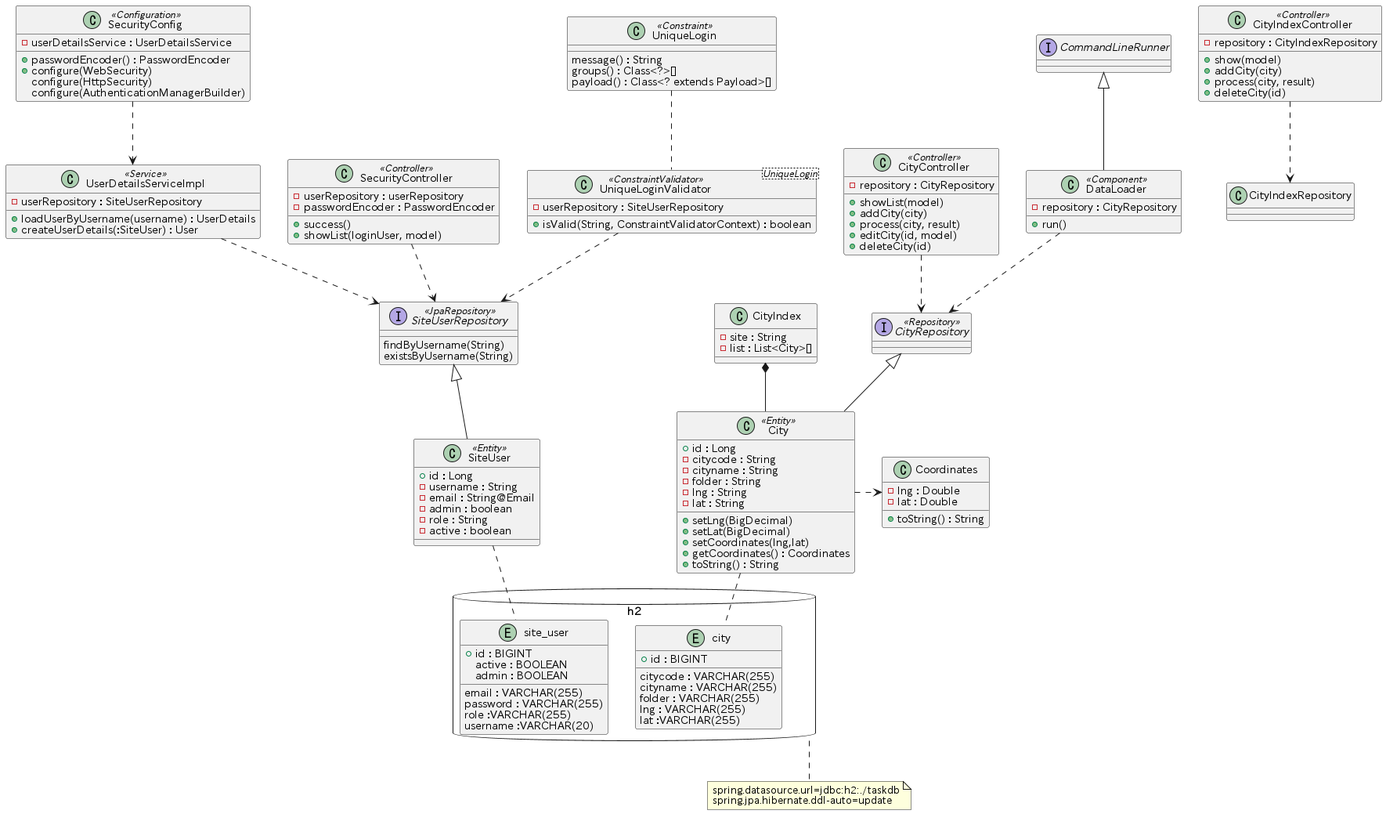
Before: class.png, a diagram exported from PlantUML (yuuhayashi/task-bldg).
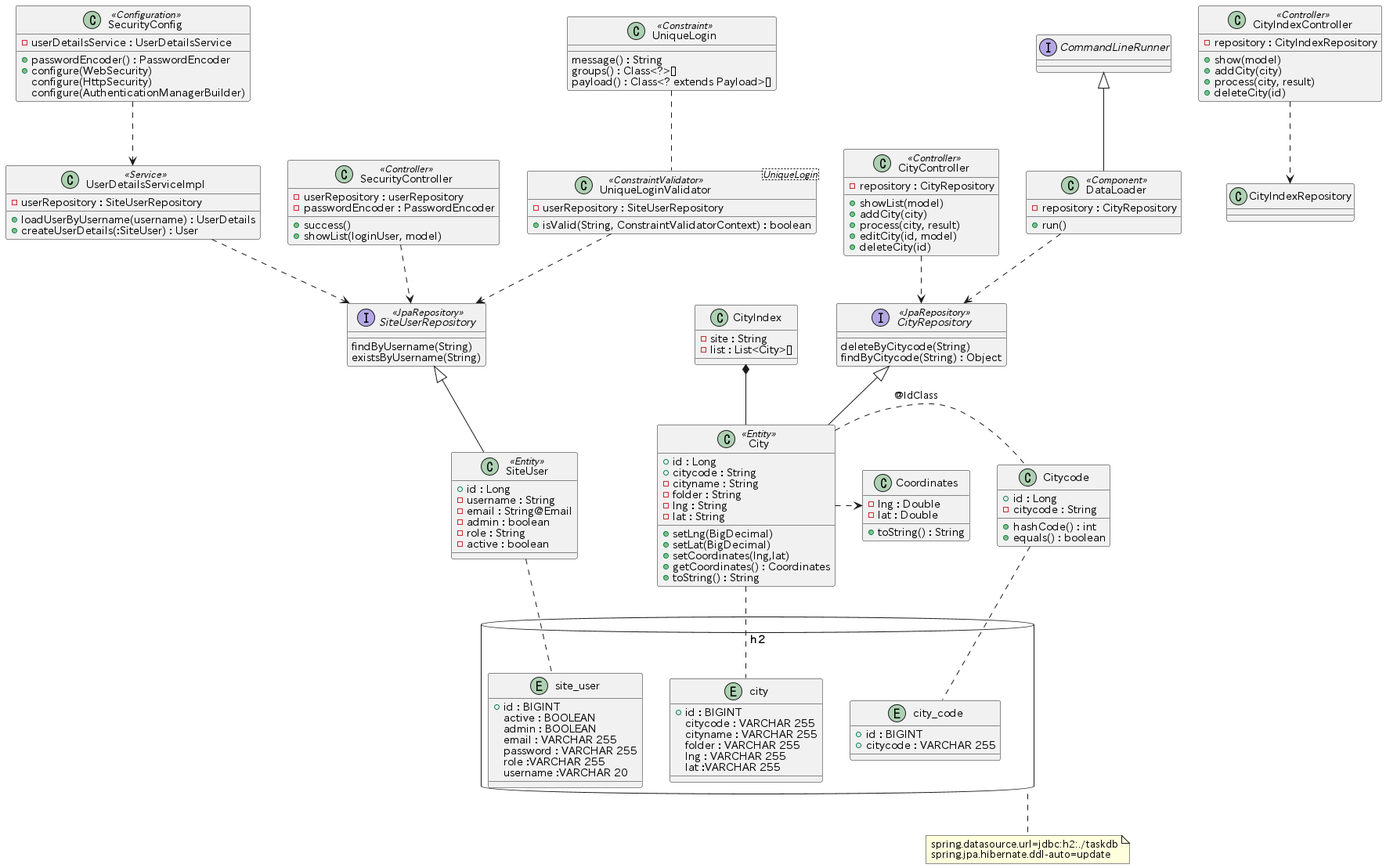
After the commit.

Diff of the diagram source:
```diff
@@ -3,20 +3,25 @@
 database "h2" as db {
 	entity city {
 		+ id : BIGINT
-		citycode : VARCHAR(255)
-		cityname : VARCHAR(255)
-		folder : VARCHAR(255)
-		lng : VARCHAR(255)
-		lat :VARCHAR(255)
+		citycode : VARCHAR 255
+		cityname : VARCHAR 255
+		folder : VARCHAR 255
+		lng : VARCHAR 255
+		lat :VARCHAR 255
 	}
+	entity city_code {
+		+ id : BIGINT
+		+ citycode : VARCHAR 255
+	}
+
 	entity site_user {
 		+ id : BIGINT
 		active : BOOLEAN
 		admin : BOOLEAN
-		email : VARCHAR(255)
-		password : VARCHAR(255)
-		role :VARCHAR(255)
-		username :VARCHAR(20)
+		email : VARCHAR 255
+		password : VARCHAR 255
+		role :VARCHAR 255
+		username :VARCHAR 20
 	}
 }
 note bottom of db : spring.datasource.url=jdbc:h2:./taskdb\nspring.jpa.hibernate.ddl-auto=update
@@ -76,7 +81,7 @@
 
 class City <<Entity>> {
   + id : Long
-  - citycode : String
+  + citycode : String
   - cityname : String
   - folder : String
   - lng : String
@@ -87,7 +92,15 @@
   + getCoordinates() : Coordinates
   + toString() : String
 }
+class Citycode {
+  + id : Long
+  - citycode : String
+  + hashCode() : int
+  + equals() : boolean
+}
 City .. city
+City . Citycode : @IdClass
+Citycode .. city_code
 
 class Coordinates {
   - lng : Double
@@ -102,7 +115,9 @@
 }
 CityIndex *-- City
 
-interface CityRepository <<Repository>> {
+interface CityRepository <<JpaRepository>> {
+	deleteByCitycode(String)
+	findByCitycode(String) : Object
 }
 CityRepository <|-- City
 
```
